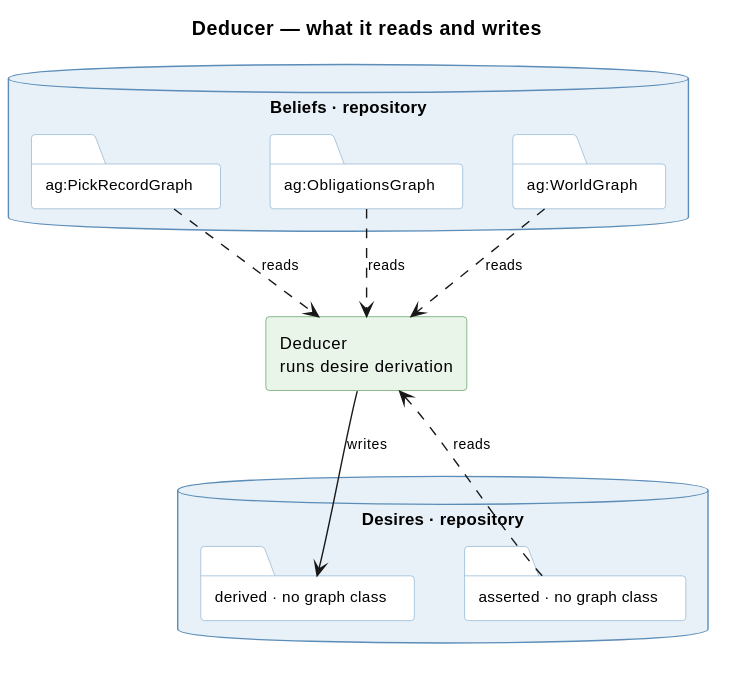
This is knowledge/diagrams/service-deducer.svg from ShishkinDmitriy/orexis, a PlantUML export, as it was before one commit.
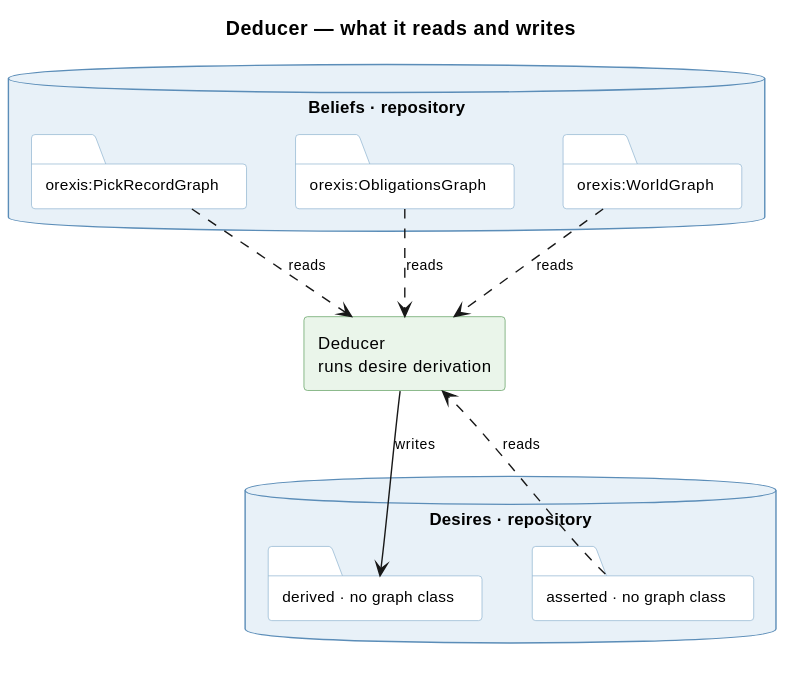
The same diagram one commit later.

Diff of the diagram source:
```diff
@@ -22,9 +22,9 @@
 
 
 database "Beliefs · repository" as BEL {
-  folder "ag:PickRecordGraph" as P
-  folder "ag:ObligationsGraph" as O
-  folder "ag:WorldGraph" as W
+  folder "orexis:PickRecordGraph" as P
+  folder "orexis:ObligationsGraph" as O
+  folder "orexis:WorldGraph" as W
 }
 
 database "Desires · repository" as DES {
```
